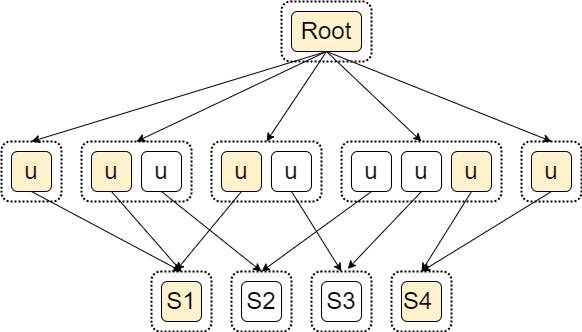
yihozhang/yihozhang.github.io keeps this draw.io diagram as blog/img/egraph-extraction.png. Above is the earlier version. Source tidied: cells renumbered, new cells last; positions are measured from the earlier drawing's top-left corner, leaving out a move shared by most shapes.
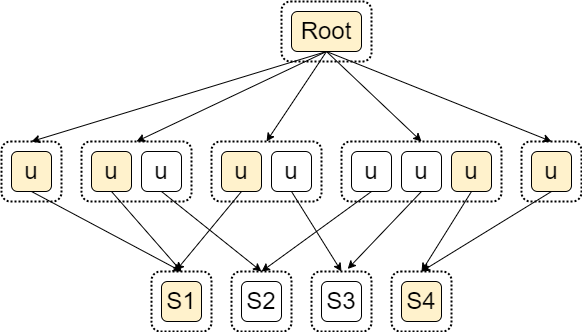
After the change.

What changed in the source:
```diff
@@ -23,7 +23,7 @@
     <mxCell id="8" style="rounded=1;whiteSpace=wrap;html=1;fillColor=none;dashed=1;dashPattern=1 1;strokeWidth=2;" parent="1" vertex="1">
       <mxGeometry x="390" y="270" width="60" height="60" as="geometry" />
     </mxCell>
-    <mxCell id="9" value="S4&amp;nbsp;" style="rounded=1;whiteSpace=wrap;html=1;fontSize=24;verticalAlign=middle;fillColor=#FFF2CC;" parent="1" vertex="1">
+    <mxCell id="9" value="S4" style="rounded=1;whiteSpace=wrap;html=1;fontSize=24;verticalAlign=middle;fillColor=#FFF2CC;" parent="1" vertex="1">
       <mxGeometry x="400" y="280" width="40" height="40" as="geometry" />
     </mxCell>
     <mxCell id="10" style="rounded=1;whiteSpace=wrap;html=1;fillColor=none;dashed=1;dashPattern=1 1;strokeWidth=2;" parent="1" vertex="1">
```
